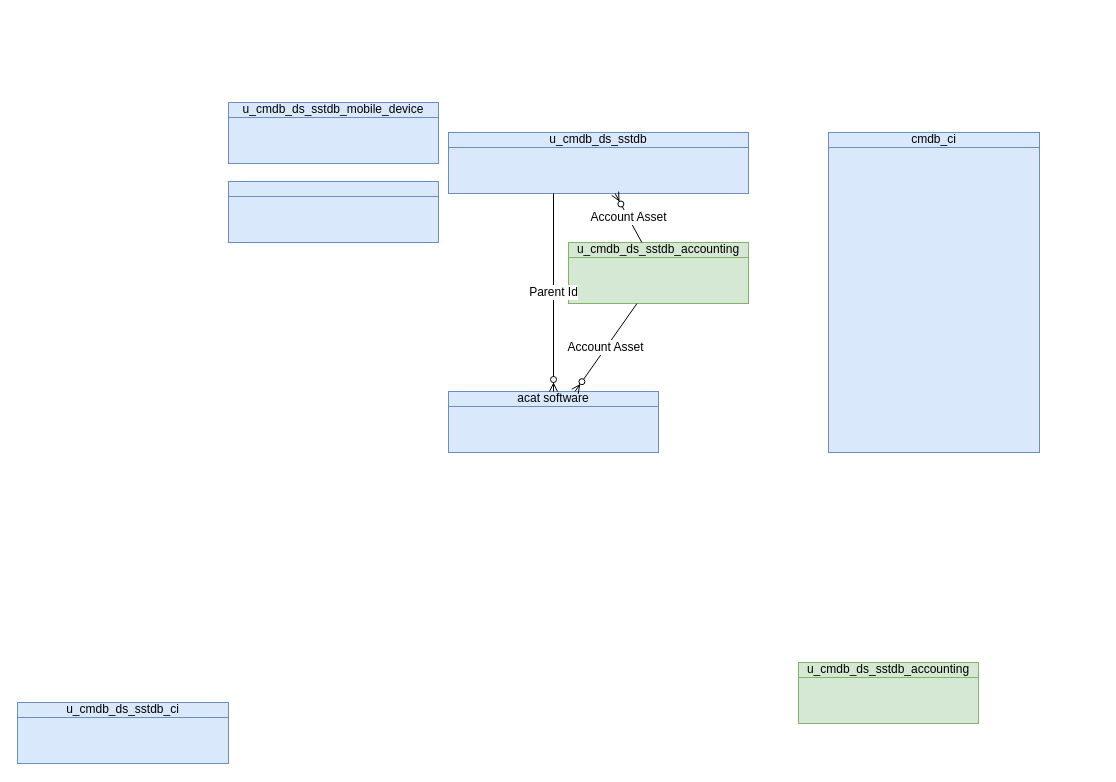
The draw.io diagram page "As-Is" (5 of 10) of DBsERD.drawio in algimas/tmp, before the edit. Source tidied: cells renumbered, new cells numbered last; positions are measured from the earlier drawing's top-left corner, leaving out a move shared by most shapes. Both pictures are drawn from the tidied source at 100%, with x=0, y=0 at pixel (17, 102).
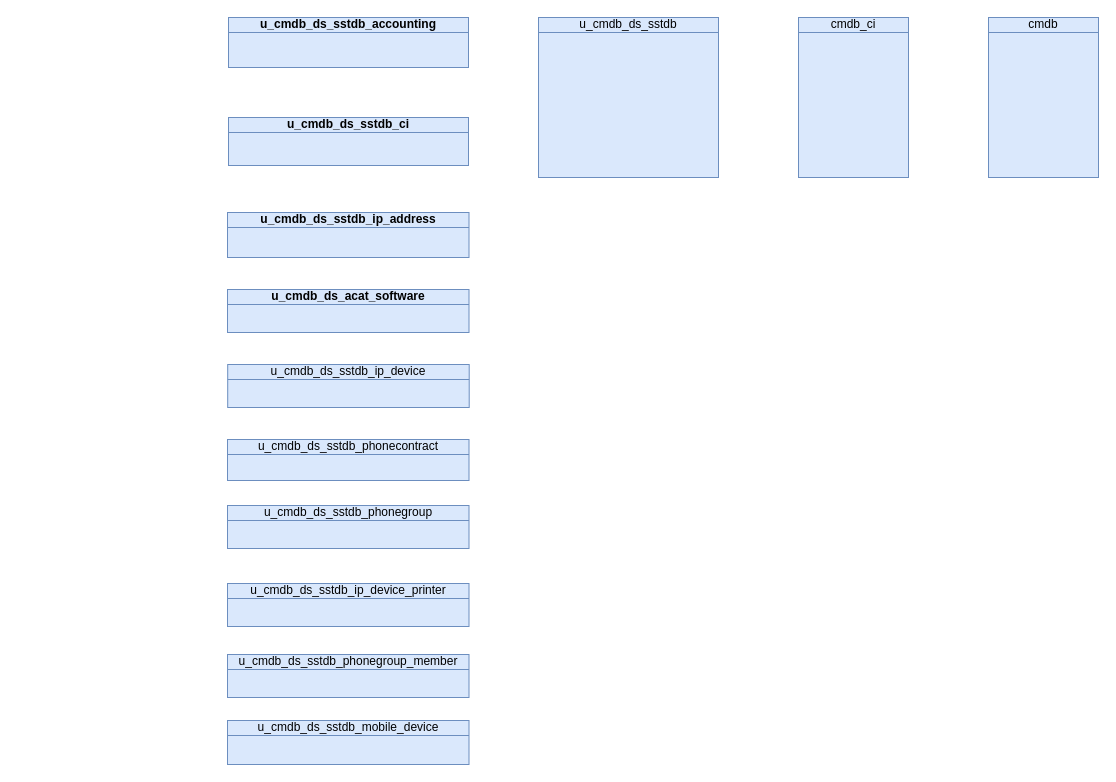
The same page after the edit.

What changed in the source:
```diff
@@
 <mxGraphModel>
   <root>
     <mxCell id="0" />
     <mxCell id="1" parent="0" />
-    <mxCell id="2" value="u_cmdb_ds_sstdb_mobile_device" style="html=1;whiteSpace=wrap;fillColor=#dae8fc;shape=mxgraph.archimate3.businessObject;overflow=fill;strokeColor=#6c8ebf;" parent="1" vertex="1">
-      <mxGeometry x="211" width="210" height="61" as="geometry" />
-    </mxCell>
     <mxCell id="3" value="u_cmdb_ds_sstdb" style="html=1;outlineConnect=0;whiteSpace=wrap;fillColor=#dae8fc;shape=mxgraph.archimate3.businessObject;overflow=fill;strokeColor=#6c8ebf;" parent="1" vertex="1">
-      <mxGeometry x="431" y="30" width="300" height="61" as="geometry" />
+      <mxGeometry x="521" y="-85" width="180" height="160" as="geometry" />
     </mxCell>
-    <mxCell id="4" value="u_cmdb_ds_sstdb_ci" style="html=1;whiteSpace=wrap;fillColor=#dae8fc;shape=mxgraph.archimate3.businessObject;overflow=fill;strokeColor=#6c8ebf;" parent="1" vertex="1">
-      <mxGeometry y="600" width="211" height="61" as="geometry" />
+    <mxCell id="4" value="u_cmdb_ds_sstdb_ci" style="html=1;whiteSpace=wrap;fillColor=#dae8fc;shape=mxgraph.archimate3.businessObject;overflow=fill;strokeColor=#6c8ebf;fontStyle=1;" parent="1" vertex="1">
+      <mxGeometry x="211" y="15" width="240" height="48" as="geometry" />
     </mxCell>
     <mxCell id="5" value="cmdb_ci" style="html=1;whiteSpace=wrap;fillColor=#dae8fc;shape=mxgraph.archimate3.businessObject;overflow=fill;strokeColor=#6c8ebf;" parent="1" vertex="1">
-      <mxGeometry x="811" y="30" width="211" height="320" as="geometry" />
+      <mxGeometry x="781" y="-85" width="110" height="160" as="geometry" />
     </mxCell>
-    <mxCell id="6" value="u_cmdb_ds_sstdb_accounting" style="html=1;outlineConnect=0;whiteSpace=wrap;fillColor=#d5e8d4;shape=mxgraph.archimate3.businessObject;overflow=fill;strokeColor=#82b366;" parent="1" vertex="1">
-      <mxGeometry x="551" y="140" width="180" height="61" as="geometry" />
+    <mxCell id="6" value="u_cmdb_ds_sstdb_accounting" style="html=1;outlineConnect=0;whiteSpace=wrap;fillColor=#dae8fc;shape=mxgraph.archimate3.businessObject;overflow=fill;strokeColor=#6c8ebf;fontStyle=1;" parent="1" vertex="1">
+      <mxGeometry x="211" y="-85" width="240" height="50" as="geometry" />
     </mxCell>
-    <mxCell id="7" style="html=1;whiteSpace=wrap;fillColor=#dae8fc;shape=mxgraph.archimate3.businessObject;overflow=fill;strokeColor=#6c8ebf;" parent="1" vertex="1">
-      <mxGeometry x="211" y="79" width="210" height="61" as="geometry" />
-    </mxCell>
-    <mxCell id="8" value="Account Asset" style="fontSize=12;html=1;endArrow=ERzeroToMany;endFill=1;rounded=0;" parent="1" edge="1" source="6" target="3">
-      <mxGeometry relative="1" as="geometry" />
-    </mxCell>
-    <mxCell id="9" value="acat software" style="html=1;outlineConnect=0;whiteSpace=wrap;fillColor=#dae8fc;shape=mxgraph.archimate3.businessObject;overflow=fill;strokeColor=#6c8ebf;" parent="1" vertex="1">
-      <mxGeometry x="431" y="289" width="210" height="61" as="geometry" />
-    </mxCell>
-    <mxCell id="10" value="Parent Id" style="fontSize=12;html=1;endArrow=ERzeroToMany;endFill=1;rounded=0;edgeStyle=elbowEdgeStyle;" parent="1" edge="1" source="3" target="9">
-      <mxGeometry relative="1" as="geometry" />
-    </mxCell>
-    <mxCell id="11" value="Account Asset" style="fontSize=12;html=1;endArrow=ERzeroToMany;endFill=1;rounded=0;" parent="1" edge="1" source="6" target="9">
-      <mxGeometry relative="1" as="geometry" />
-    </mxCell>
-    <mxCell id="12" value="u_cmdb_ds_sstdb_accounting" style="html=1;whiteSpace=wrap;fillColor=#d5e8d4;shape=mxgraph.archimate3.businessObject;overflow=fill;strokeColor=#82b366;" parent="1" vertex="1">
-      <mxGeometry x="781" y="560" width="180" height="61" as="geometry" />
-    </mxCell>
+    <mxCell id="13" value="u_cmdb_ds_sstdb_ip_device" style="html=1;whiteSpace=wrap;fillColor=#dae8fc;shape=mxgraph.archimate3.businessObject;overflow=fill;strokeColor=#6c8ebf;" parent="1" vertex="1">
+      <mxGeometry x="210.2" y="262" width="241.5" height="43" as="geometry" />
+    </mxCell>
+    <mxCell id="14" value="u_cmdb_ds_sstdb_phonecontract" style="html=1;whiteSpace=wrap;fillColor=#dae8fc;shape=mxgraph.archimate3.businessObject;overflow=fill;strokeColor=#6c8ebf;" parent="1" vertex="1">
+      <mxGeometry x="210" y="337" width="241.5" height="41" as="geometry" />
+    </mxCell>
+    <mxCell id="15" value="u_cmdb_ds_sstdb_phonegroup" style="html=1;whiteSpace=wrap;fillColor=#dae8fc;shape=mxgraph.archimate3.businessObject;overflow=fill;strokeColor=#6c8ebf;" parent="1" vertex="1">
+      <mxGeometry x="210" y="403" width="241.5" height="43" as="geometry" />
+    </mxCell>
+    <mxCell id="16" value="u_cmdb_ds_sstdb_ip_address" style="html=1;whiteSpace=wrap;fillColor=#dae8fc;shape=mxgraph.archimate3.businessObject;overflow=fill;strokeColor=#6c8ebf;fontStyle=1;" parent="1" vertex="1">
+      <mxGeometry x="210" y="110" width="241.5" height="45" as="geometry" />
+    </mxCell>
+    <mxCell id="17" value="u_cmdb_ds_sstdb_ip_device_printer" style="html=1;whiteSpace=wrap;fillColor=#dae8fc;shape=mxgraph.archimate3.businessObject;overflow=fill;strokeColor=#6c8ebf;" parent="1" vertex="1">
+      <mxGeometry x="210" y="481" width="241.5" height="43" as="geometry" />
+    </mxCell>
+    <mxCell id="18" value="u_cmdb_ds_sstdb_phonegroup_member" style="html=1;whiteSpace=wrap;fillColor=#dae8fc;shape=mxgraph.archimate3.businessObject;overflow=fill;strokeColor=#6c8ebf;" parent="1" vertex="1">
+      <mxGeometry x="210" y="552" width="241.5" height="43" as="geometry" />
+    </mxCell>
+    <mxCell id="2" value="u_cmdb_ds_sstdb_mobile_device" style="html=1;whiteSpace=wrap;fillColor=#dae8fc;shape=mxgraph.archimate3.businessObject;overflow=fill;strokeColor=#6c8ebf;" parent="1" vertex="1">
+      <mxGeometry x="210" y="618" width="241.5" height="44" as="geometry" />
+    </mxCell>
+    <mxCell id="19" value="u_cmdb_ds_acat_software" style="html=1;whiteSpace=wrap;fillColor=#dae8fc;shape=mxgraph.archimate3.businessObject;overflow=fill;strokeColor=#6c8ebf;fontStyle=1;" parent="1" vertex="1">
+      <mxGeometry x="210" y="187" width="241.5" height="43" as="geometry" />
+    </mxCell>
+    <mxCell id="20" value="cmdb" style="html=1;whiteSpace=wrap;fillColor=#dae8fc;shape=mxgraph.archimate3.businessObject;overflow=fill;strokeColor=#6c8ebf;" parent="1" vertex="1">
+      <mxGeometry x="971" y="-85" width="110" height="160" as="geometry" />
+    </mxCell>
   </root>
 </mxGraphModel>
```
